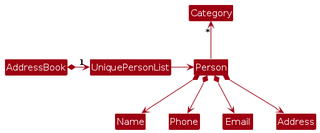
The PlantUML diagram diagrams/BetterModelClassDiagram.png in AY2526S1-CS2103T-W12-2/tp, before a commit. Its source is kept beside it as diagrams/BetterModelClassDiagram.puml. Source of this version:
```plantuml
@startuml
!include style.puml
skinparam arrowThickness 1.1
skinparam arrowColor MODEL_COLOR
skinparam classBackgroundColor MODEL_COLOR

AddressBook *-right-> "1" UniquePersonList

UniquePersonList -right-> Person

Person -up-> "*" Category

Person *--> Name
Person *--> Phone
Person *--> Email
Person *--> Address
@enduml
```
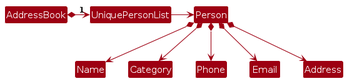
Later version of the same file.

What changed in the source:
```diff
@@ -8,9 +8,8 @@
 
 UniquePersonList -right-> Person
 
-Person -up-> "*" Category
-
 Person *--> Name
+Person *--> Category
 Person *--> Phone
 Person *--> Email
 Person *--> Address
```
